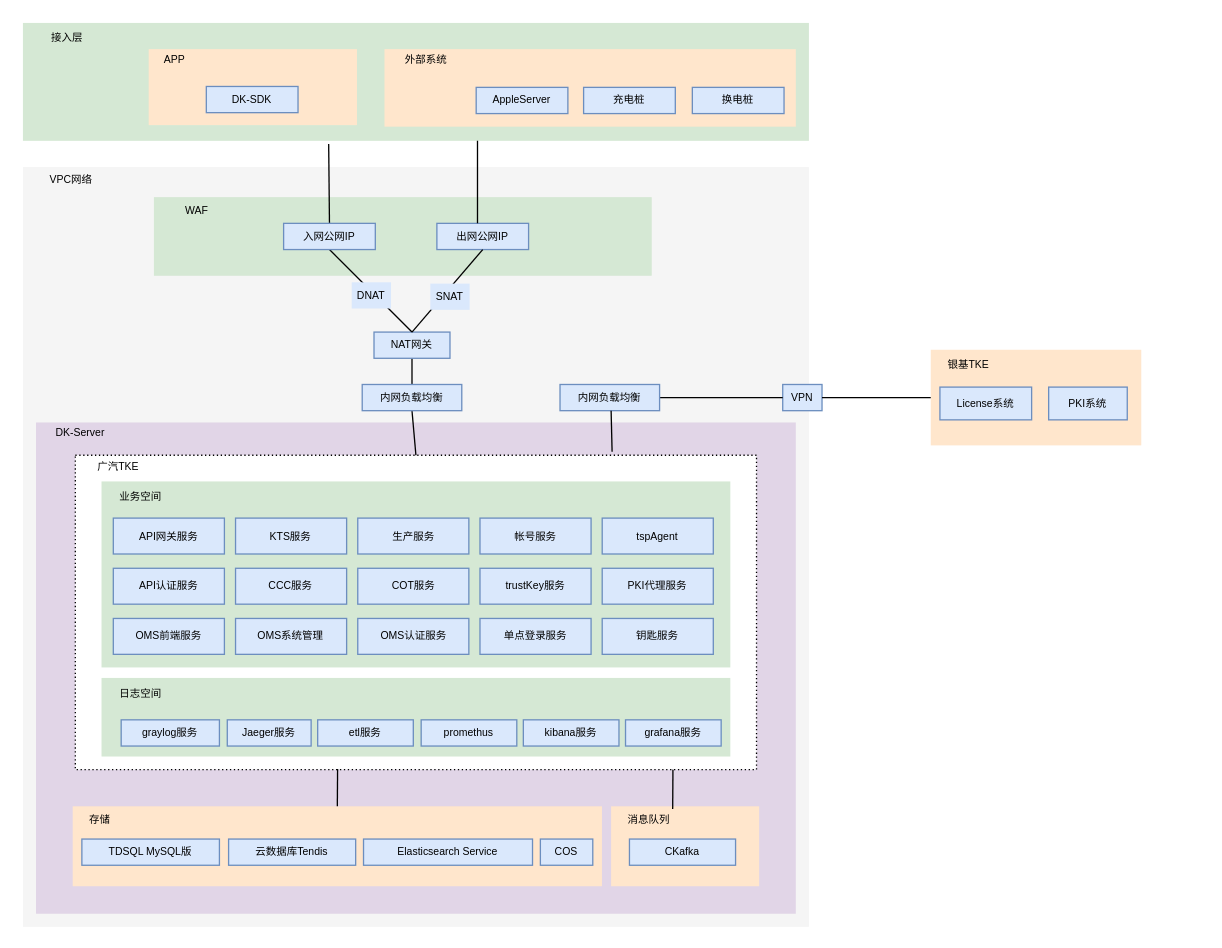
Above: 未命名绘图.drawio in jianguocong/chart (draw.io), before the change. Source tidied: cells renumbered, new cells numbered last; positions are measured from the earlier drawing's top-left corner, leaving out a move shared by most shapes. Both pictures are drawn from the tidied source at 131%, with x=0, y=0 at pixel (22, 22).
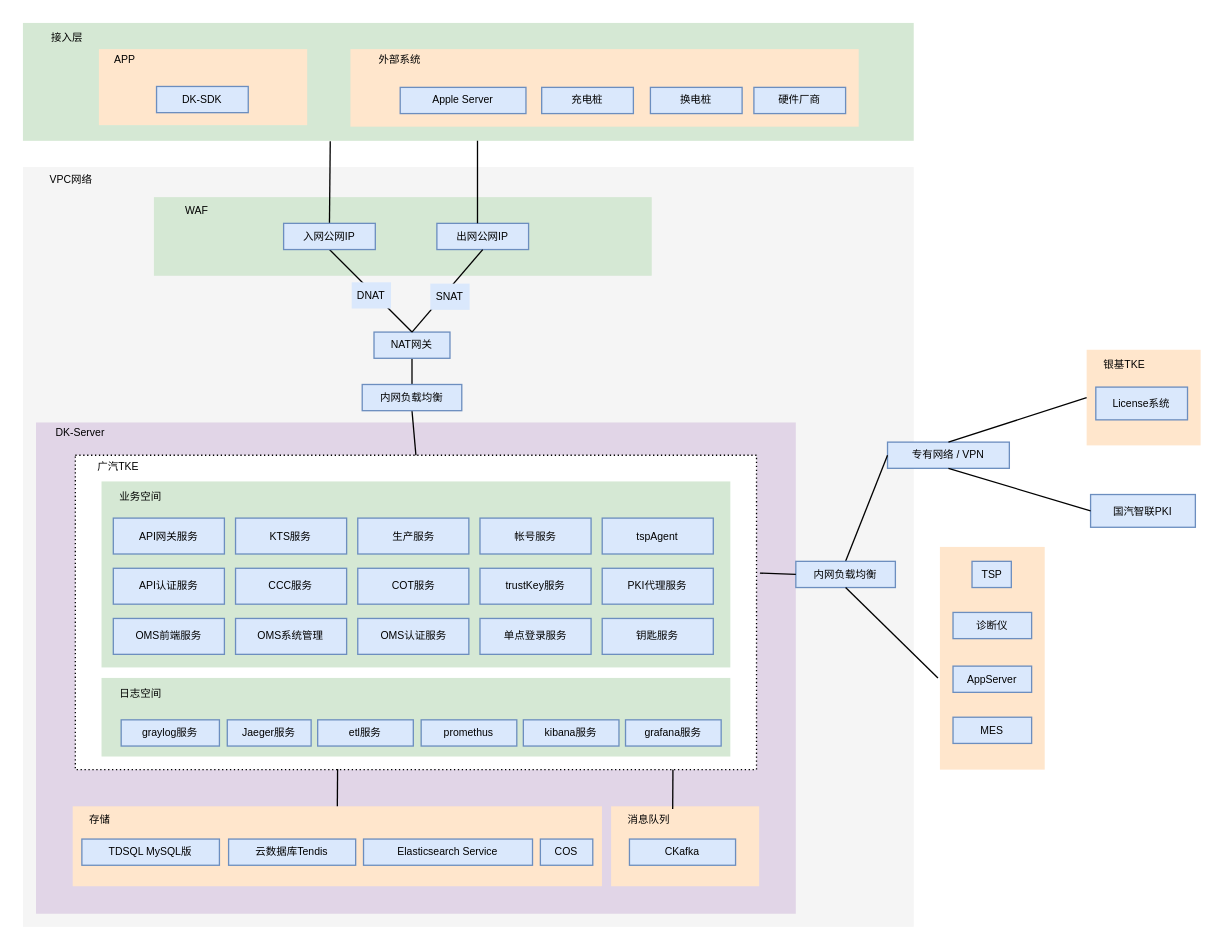
The same diagram, later.

Commit message:
更新未命名绘图.drawio

The change refers to these unchanged cells:
```xml
<mxCell id="5" style="rounded=0;whiteSpace=wrap;html=1;dashed=1;dashPattern=1 2;fontSize=8;" parent="1" vertex="1">
  <mxGeometry x="40" y="330" width="520" height="240" as="geometry" />
</mxCell>
```

Change to the diagram source:
```diff
@@
     <mxCell id="2" style="rounded=0;whiteSpace=wrap;html=1;fillColor=#d5e8d4;strokeColor=none;fontSize=8;" parent="1" vertex="1">
-      <mxGeometry width="600" height="90" as="geometry" />
+      <mxGeometry width="680" height="90" as="geometry" />
     </mxCell>
     <mxCell id="3" style="rounded=0;whiteSpace=wrap;html=1;fillColor=#f5f5f5;strokeColor=none;fontSize=8;fontColor=#333333;" parent="1" vertex="1">
-      <mxGeometry y="110" width="600" height="580" as="geometry" />
+      <mxGeometry y="110" width="680" height="580" as="geometry" />
     </mxCell>
@@
     <mxCell id="14" style="rounded=0;whiteSpace=wrap;html=1;fillColor=#ffe6cc;strokeColor=none;fontSize=8;" parent="1" vertex="1">
-      <mxGeometry x="693" y="249.5" width="160.7" height="73" as="geometry" />
+      <mxGeometry x="812" y="249.5" width="87" height="73" as="geometry" />
     </mxCell>
-    <mxCell id="15" value="PKI系统" style="rounded=0;whiteSpace=wrap;html=1;fillColor=#dae8fc;strokeColor=#6c8ebf;fontSize=8;" parent="1" vertex="1">
-      <mxGeometry x="783" y="278" width="60" height="25" as="geometry" />
-    </mxCell>
     <mxCell id="16" value="银基TKE" style="rounded=0;whiteSpace=wrap;html=1;strokeColor=none;fillColor=none;fontSize=8;" parent="1" vertex="1">
-      <mxGeometry x="693" y="251" width="58" height="20" as="geometry" />
+      <mxGeometry x="812" y="251" width="58" height="20" as="geometry" />
     </mxCell>
-    <mxCell id="17" value="VPN" style="rounded=0;whiteSpace=wrap;html=1;fillColor=#dae8fc;strokeColor=#6c8ebf;fontSize=8;" parent="1" vertex="1">
-      <mxGeometry x="580" y="276" width="30" height="20" as="geometry" />
+    <mxCell id="17" value="专有网络 / VPN" style="rounded=0;whiteSpace=wrap;html=1;fillColor=#dae8fc;strokeColor=#6c8ebf;fontSize=8;" parent="1" vertex="1">
+      <mxGeometry x="660" y="320" width="93" height="20" as="geometry" />
     </mxCell>
-    <mxCell id="18" style="endArrow=none;html=1;rounded=0;entryX=0;entryY=0.5;entryDx=0;entryDy=0;fontSize=8;exitX=1;exitY=0.5;exitDx=0;exitDy=0;" parent="1" edge="1" source="68" target="17">
+    <mxCell id="18" style="endArrow=none;html=1;rounded=0;entryX=0;entryY=0.5;entryDx=0;entryDy=0;fontSize=8;exitX=0.5;exitY=0;exitDx=0;exitDy=0;" parent="1" edge="1" source="68" target="17">
       <mxGeometry relative="1" as="geometry" />
     </mxCell>
-    <mxCell id="19" style="endArrow=none;html=1;rounded=0;exitX=1;exitY=0.5;exitDx=0;exitDy=0;fontSize=8;entryX=0;entryY=0.5;entryDx=0;entryDy=0;" parent="1" edge="1" source="17" target="14">
+    <mxCell id="19" style="endArrow=none;html=1;rounded=0;exitX=0.5;exitY=0;exitDx=0;exitDy=0;fontSize=8;entryX=0;entryY=0.5;entryDx=0;entryDy=0;" parent="1" edge="1" source="17" target="14">
       <mxGeometry relative="1" as="geometry" />
     </mxCell>
     <mxCell id="20" value="License系统" style="rounded=0;whiteSpace=wrap;html=1;fillColor=#dae8fc;strokeColor=#6c8ebf;fontSize=8;" parent="1" vertex="1">
-      <mxGeometry x="700" y="278" width="70" height="25" as="geometry" />
+      <mxGeometry x="819" y="278" width="70" height="25" as="geometry" />
     </mxCell>
@@
-    <mxCell id="27" style="endArrow=none;html=1;rounded=0;entryX=0.5;entryY=0;entryDx=0;entryDy=0;fontSize=8;exitX=0.389;exitY=1.027;exitDx=0;exitDy=0;exitPerimeter=0;" parent="1" edge="1" source="2">
+    <mxCell id="27" style="endArrow=none;html=1;rounded=0;entryX=0.5;entryY=0;entryDx=0;entryDy=0;fontSize=8;exitX=0.345;exitY=1.004;exitDx=0;exitDy=0;exitPerimeter=0;" parent="1" edge="1" source="2">
       <mxGeometry relative="1" as="geometry">
         <mxPoint x="234" y="153" as="targetPoint" />
       </mxGeometry>
     </mxCell>
@@
     <mxCell id="68" value="内网负载均衡" style="rounded=0;whiteSpace=wrap;html=1;fillColor=#dae8fc;strokeColor=#6c8ebf;fontSize=8;" parent="1" vertex="1">
-      <mxGeometry x="410" y="276" width="76" height="20" as="geometry" />
+      <mxGeometry x="590" y="411" width="76" height="20" as="geometry" />
     </mxCell>
-    <mxCell id="69" style="endArrow=none;html=1;rounded=0;fontSize=8;entryX=0.788;entryY=-0.011;entryDx=0;entryDy=0;exitX=0.5;exitY=1;exitDx=0;exitDy=0;entryPerimeter=0;" parent="1" edge="1" target="5">
-      <mxGeometry relative="1" as="geometry">
-        <mxPoint x="449" y="296" as="sourcePoint" />
-      </mxGeometry>
+    <mxCell id="69" style="endArrow=none;html=1;rounded=0;fontSize=8;entryX=1.005;entryY=0.375;entryDx=0;entryDy=0;exitX=0;exitY=0.5;exitDx=0;exitDy=0;entryPerimeter=0;" parent="1" edge="1" source="68" target="5">
+      <mxGeometry relative="1" as="geometry" />
     </mxCell>
@@
     <mxCell id="71" style="rounded=0;whiteSpace=wrap;html=1;fillColor=#ffe6cc;strokeColor=none;fontSize=8;" parent="1" vertex="1">
-      <mxGeometry x="96" y="20" width="159" height="58" as="geometry" />
+      <mxGeometry x="58" y="20" width="159" height="58" as="geometry" />
     </mxCell>
     <mxCell id="72" value="DK-SDK" style="rounded=0;whiteSpace=wrap;html=1;fillColor=#dae8fc;strokeColor=#6c8ebf;fontSize=8;" parent="1" vertex="1">
-      <mxGeometry x="140" y="48.5" width="70" height="20" as="geometry" />
+      <mxGeometry x="102" y="48.5" width="70" height="20" as="geometry" />
     </mxCell>
     <mxCell id="73" style="rounded=0;whiteSpace=wrap;html=1;fillColor=#ffe6cc;strokeColor=none;fontSize=8;" parent="1" vertex="1">
-      <mxGeometry x="276" y="20" width="314" height="59.2" as="geometry" />
+      <mxGeometry x="250" y="20" width="388" height="59.2" as="geometry" />
     </mxCell>
-    <mxCell id="74" value="AppleServer" style="rounded=0;whiteSpace=wrap;html=1;fillColor=#dae8fc;strokeColor=#6c8ebf;fontSize=8;" parent="1" vertex="1">
-      <mxGeometry x="346" y="49.2" width="70" height="20" as="geometry" />
+    <mxCell id="74" value="Apple Server" style="rounded=0;whiteSpace=wrap;html=1;fillColor=#dae8fc;strokeColor=#6c8ebf;fontSize=8;" parent="1" vertex="1">
+      <mxGeometry x="288" y="49.2" width="96" height="20" as="geometry" />
     </mxCell>
     <mxCell id="75" value="充电桩" style="rounded=0;whiteSpace=wrap;html=1;fillColor=#dae8fc;strokeColor=#6c8ebf;fontSize=8;" parent="1" vertex="1">
-      <mxGeometry x="428" y="49.2" width="70" height="20" as="geometry" />
+      <mxGeometry x="396" y="49.2" width="70" height="20" as="geometry" />
     </mxCell>
     <mxCell id="76" value="换电桩" style="rounded=0;whiteSpace=wrap;html=1;fillColor=#dae8fc;strokeColor=#6c8ebf;fontSize=8;" parent="1" vertex="1">
-      <mxGeometry x="511" y="49.2" width="70" height="20" as="geometry" />
+      <mxGeometry x="479" y="49.2" width="70" height="20" as="geometry" />
     </mxCell>
     <mxCell id="77" value="外部系统" style="rounded=0;whiteSpace=wrap;html=1;fillColor=none;strokeColor=none;fontSize=8;" parent="1" vertex="1">
-      <mxGeometry x="275" y="18" width="66" height="20" as="geometry" />
+      <mxGeometry x="255" y="17.5" width="66" height="20" as="geometry" />
     </mxCell>
     <mxCell id="78" value="APP" style="rounded=0;whiteSpace=wrap;html=1;fillColor=none;strokeColor=none;fontSize=8;" parent="1" vertex="1">
-      <mxGeometry x="83" y="18" width="66" height="20" as="geometry" />
+      <mxGeometry x="45" y="18" width="66" height="20" as="geometry" />
     </mxCell>
@@
+    <mxCell id="15" value="国汽智联PKI" style="rounded=0;whiteSpace=wrap;html=1;fillColor=#dae8fc;strokeColor=#6c8ebf;fontSize=8;" parent="1" vertex="1">
+      <mxGeometry x="815" y="360" width="80" height="25" as="geometry" />
+    </mxCell>
+    <mxCell id="80" style="endArrow=none;html=1;rounded=0;fontSize=8;entryX=0;entryY=0.5;entryDx=0;entryDy=0;exitX=0.5;exitY=1;exitDx=0;exitDy=0;" parent="1" edge="1" source="17" target="15">
+      <mxGeometry relative="1" as="geometry" />
+    </mxCell>
+    <mxCell id="81" style="rounded=0;whiteSpace=wrap;html=1;fillColor=#ffe6cc;strokeColor=none;fontSize=8;" parent="1" vertex="1">
+      <mxGeometry x="700" y="400" width="80" height="170" as="geometry" />
+    </mxCell>
+    <mxCell id="82" value="TSP" style="rounded=0;whiteSpace=wrap;html=1;fillColor=#dae8fc;strokeColor=#6c8ebf;fontSize=8;" parent="1" vertex="1">
+      <mxGeometry x="724.5" y="411" width="30" height="20" as="geometry" />
+    </mxCell>
+    <mxCell id="83" value="AppServer" style="rounded=0;whiteSpace=wrap;html=1;fillColor=#dae8fc;strokeColor=#6c8ebf;fontSize=8;" parent="1" vertex="1">
+      <mxGeometry x="710" y="491" width="60" height="20" as="geometry" />
+    </mxCell>
+    <mxCell id="84" style="endArrow=none;html=1;rounded=0;entryX=0;entryY=0.5;entryDx=0;entryDy=0;fontSize=8;exitX=0.5;exitY=1;exitDx=0;exitDy=0;" parent="1" edge="1" source="68">
+      <mxGeometry relative="1" as="geometry">
+        <mxPoint x="698.5" y="500" as="targetPoint" />
+      </mxGeometry>
+    </mxCell>
+    <mxCell id="85" value="硬件厂商" style="rounded=0;whiteSpace=wrap;html=1;fillColor=#dae8fc;strokeColor=#6c8ebf;fontSize=8;" parent="1" vertex="1">
+      <mxGeometry x="558" y="49.2" width="70" height="20" as="geometry" />
+    </mxCell>
+    <mxCell id="86" value="诊断仪" style="rounded=0;whiteSpace=wrap;html=1;fillColor=#dae8fc;strokeColor=#6c8ebf;fontSize=8;" parent="1" vertex="1">
+      <mxGeometry x="710" y="450" width="60" height="20" as="geometry" />
+    </mxCell>
+    <mxCell id="87" value="MES" style="rounded=0;whiteSpace=wrap;html=1;fillColor=#dae8fc;strokeColor=#6c8ebf;fontSize=8;" parent="1" vertex="1">
+      <mxGeometry x="710" y="530" width="60" height="20" as="geometry" />
+    </mxCell>
```
